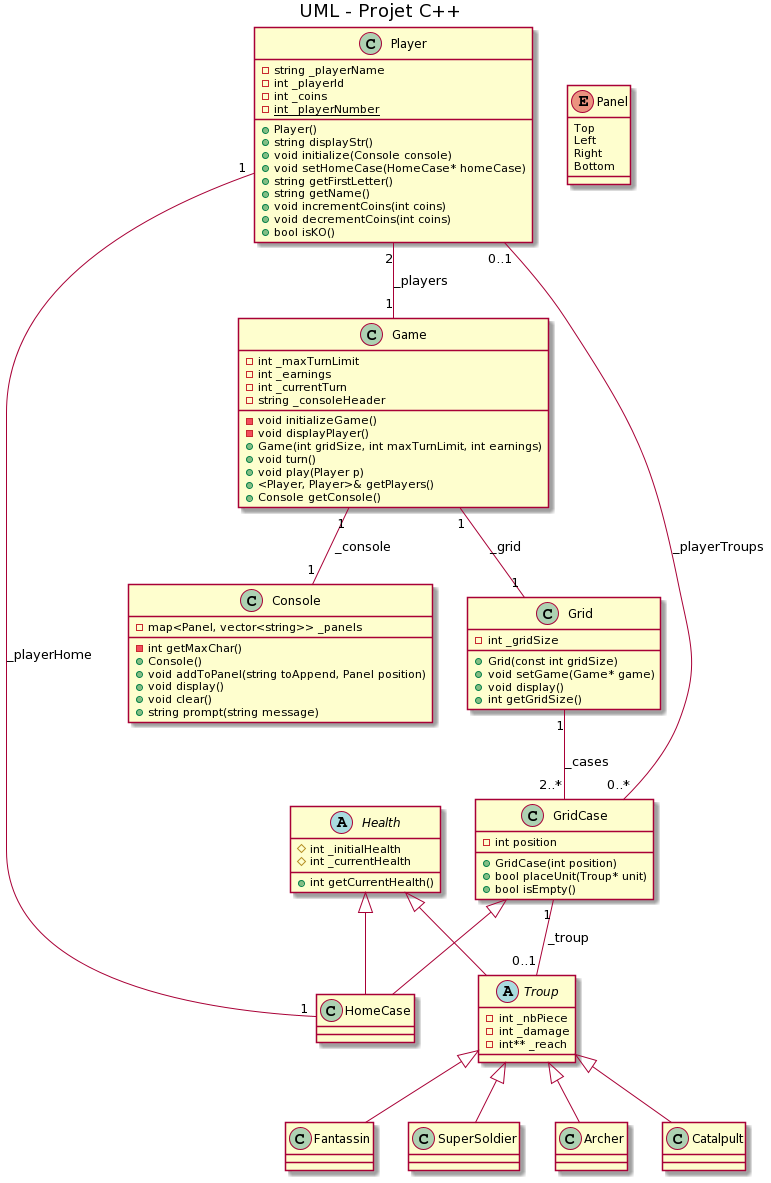
Before: doc/tempoUML_Class_Diagram.png, a diagram exported from PlantUML (0xWryth/CLIAgeOfWar).
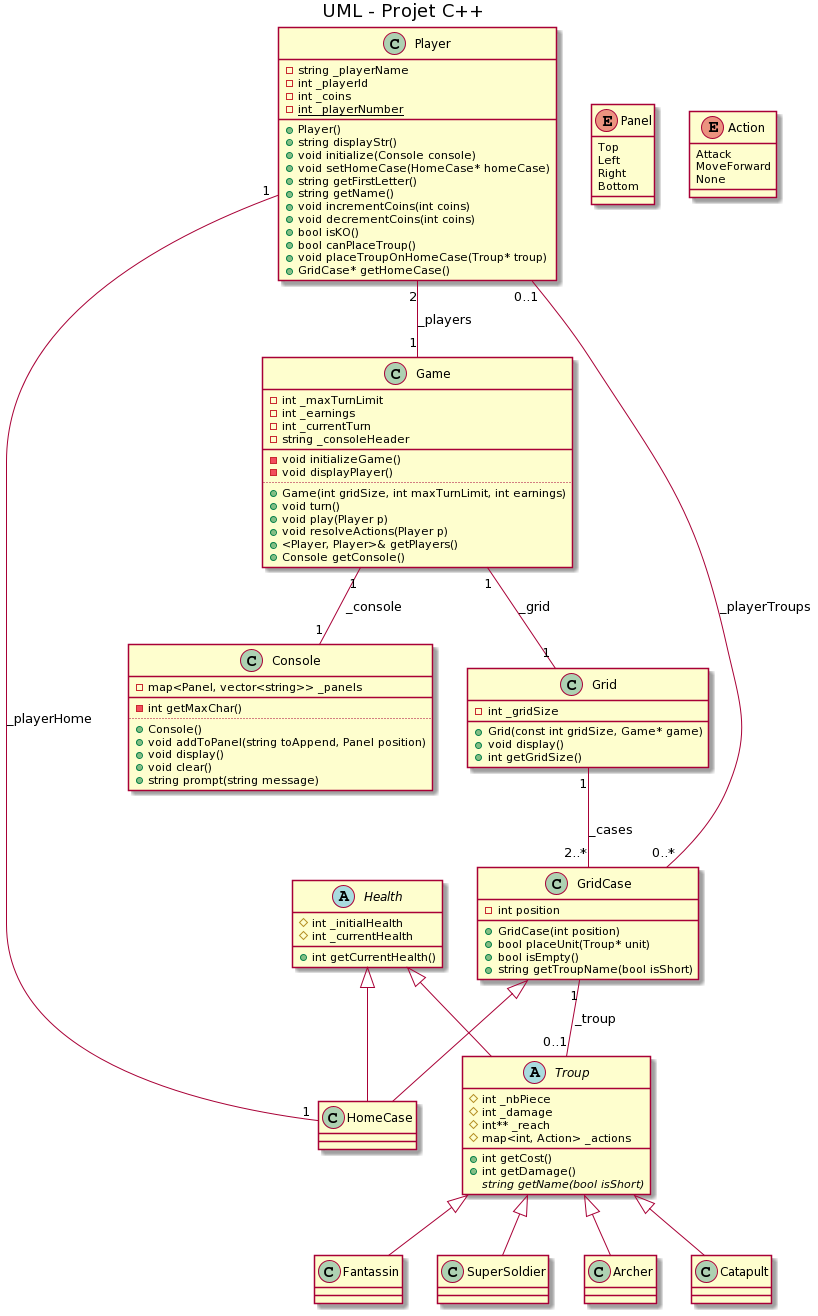
Later version of the same file.

Diff of the diagram source:
```diff
@@ -6,17 +6,22 @@
     - int _earnings
     - int _currentTurn
     - string _consoleHeader
+    __
     - void initializeGame()
     - void displayPlayer()
+    ..
     + Game(int gridSize, int maxTurnLimit, int earnings)
     + void turn()
     + void play(Player p)
+    + void resolveActions(Player p)
     + <Player, Player>& getPlayers()
     + Console getConsole()
 }
 class Console {
     - map<Panel, vector<string>> _panels
+    __
     - int getMaxChar()
+    ..
     + Console()
     + void addToPanel(string toAppend, Panel position)
     + void display()
@@ -24,14 +29,17 @@
     + string prompt(string message)
 }
 abstract class Troup {
-    - int _nbPiece
-    - int _damage
-    - int** _reach
+    # int _nbPiece
+    # int _damage
+    # int** _reach
+    # map<int, Action> _actions
+    + int getCost()
+    + int getDamage()
+    {abstract} string getName(bool isShort)
 }
 class Grid {
     - int _gridSize
-    + Grid(const int gridSize)
-    + void setGame(Game* game)
+    + Grid(const int gridSize, Game* game)
     + void display()
     + int getGridSize()
 }
@@ -40,6 +48,7 @@
     + GridCase(int position)
     + bool placeUnit(Troup* unit)
     + bool isEmpty()
+    + string getTroupName(bool isShort)
 }
 class HomeCase {
 }
@@ -51,7 +60,7 @@
 class Fantassin
 class SuperSoldier
 class Archer
-class Catalpult
+class Catapult
 class Player {
     - string _playerName
     - int _playerId
@@ -66,6 +75,9 @@
     + void incrementCoins(int coins)
     + void decrementCoins(int coins)
     + bool isKO()
+    + bool canPlaceTroup()
+    + void placeTroupOnHomeCase(Troup* troup)
+    + GridCase* getHomeCase()
 }
 enum Panel {
   Top
@@ -73,11 +85,16 @@
   Right
   Bottom
 }
+enum Action {
+  Attack
+  MoveForward
+  None
+}
 
 Troup <|-- Fantassin
 Troup <|-- SuperSoldier
 Troup <|-- Archer
-Troup <|-- Catalpult
+Troup <|-- Catapult
 GridCase <|-- HomeCase
 Health <|-- Troup
 Health <|-- HomeCase
```
